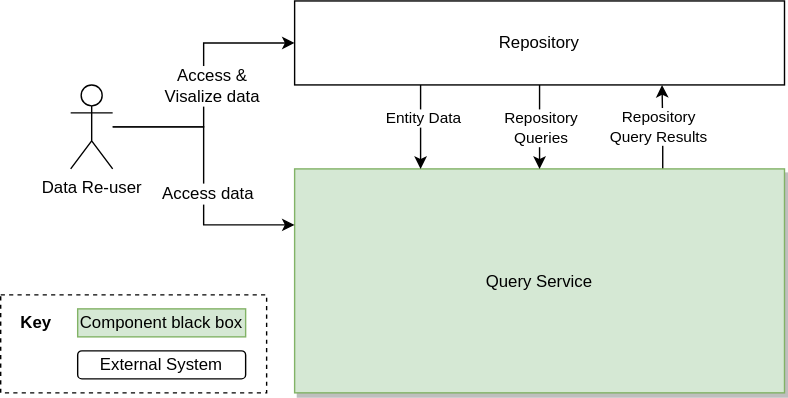
This is systems/Query/diagrams/03-business-context.drawio.svg from wmde/wikidata-wikibase-architecture, a draw.io export, as it was before one commit. Source tidied: cells renumbered, new cells last; positions are measured from the earlier drawing's top-left corner, leaving out a move shared by most shapes.
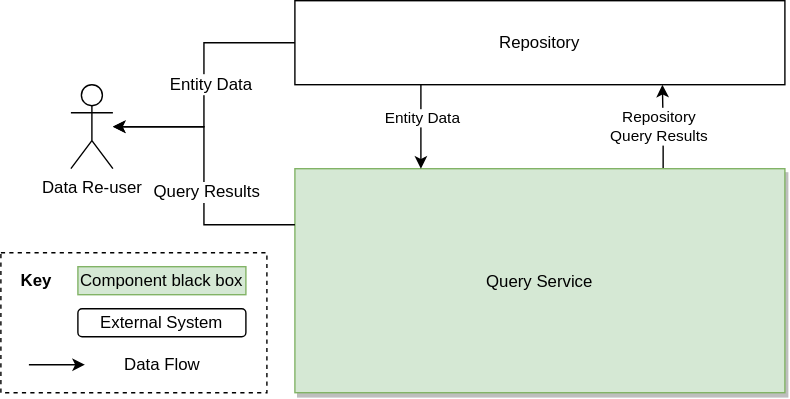
Above is the later version.

Commit message:
Fix all query arrow directions & add to key

Diff of the diagram source:
```diff
@@ -5,8 +5,8 @@
     <mxCell id="2" style="edgeStyle=orthogonalEdgeStyle;rounded=0;jettySize=auto;html=1;entryX=0.75;entryY=1;entryDx=0;entryDy=0;" parent="1" edge="1" source="4" target="13">
       <mxGeometry relative="1" as="geometry">
         <Array as="points">
-          <mxPoint x="473" y="90" />
-          <mxPoint x="473" y="90" />
+          <mxPoint x="473" y="120" />
+          <mxPoint x="473" y="120" />
         </Array>
       </mxGeometry>
     </mxCell>
@@ -16,10 +16,10 @@
       </mxGeometry>
     </mxCell>
     <mxCell id="4" value="Query Service" style="rounded=0;shadow=1;fontSize=12;strokeColor=#82b366;direction=west;fillColor=#d5e8d4;" parent="1" vertex="1">
-      <mxGeometry x="210" y="120" width="350" height="160" as="geometry" />
+      <mxGeometry x="210" y="150" width="350" height="160" as="geometry" />
     </mxCell>
     <mxCell id="5" style="rounded=0;whiteSpace=wrap;html=1;fillColor=none;dashed=1;" parent="1" vertex="1">
-      <mxGeometry y="210" width="190" height="70" as="geometry" />
+      <mxGeometry y="210" width="190" height="100" as="geometry" />
     </mxCell>
     <mxCell id="6" value="&lt;b&gt;Key&lt;/b&gt;" style="text;html=1;align=center;verticalAlign=middle;strokeColor=none;" parent="1" vertex="1">
       <mxGeometry x="5" y="220" width="40" height="20" as="geometry" />
@@ -32,40 +32,41 @@
     </mxCell>
     <mxCell id="9" style="edgeStyle=orthogonalEdgeStyle;rounded=0;orthogonalLoop=1;jettySize=auto;html=1;entryX=0.5;entryY=1;entryDx=0;entryDy=0;" parent="1" edge="1">
       <mxGeometry relative="1" as="geometry">
-        <mxPoint x="300" y="60" as="sourcePoint" />
-        <mxPoint x="300" y="120" as="targetPoint" />
+        <mxPoint x="300" y="90" as="sourcePoint" />
+        <mxPoint x="300" y="150" as="targetPoint" />
       </mxGeometry>
     </mxCell>
     <mxCell id="10" value="Entity Data" style="edgeLabel;html=1;align=center;verticalAlign=middle;" parent="9" vertex="1">
       <mxGeometry x="-0.22" y="1" relative="1" as="geometry" />
     </mxCell>
-    <mxCell id="11" style="edgeStyle=orthogonalEdgeStyle;rounded=0;jettySize=auto;html=1;entryX=0.5;entryY=1;entryDx=0;entryDy=0;" parent="1" edge="1" source="13" target="4">
-      <mxGeometry relative="1" as="geometry" />
-    </mxCell>
-    <mxCell id="12" value="Repository&lt;br&gt;Queries" style="edgeLabel;html=1;align=center;verticalAlign=middle;" parent="11" vertex="1">
-      <mxGeometry x="-0.28" y="1" relative="1" as="geometry">
-        <mxPoint x="-1" y="8" as="offset" />
-      </mxGeometry>
-    </mxCell>
     <mxCell id="13" value="Repository" style="rounded=0;whiteSpace=wrap;html=1;" parent="1" vertex="1">
-      <mxGeometry x="210" width="350" height="60" as="geometry" />
+      <mxGeometry x="210" y="30" width="350" height="60" as="geometry" />
     </mxCell>
-    <mxCell id="14" style="edgeStyle=orthogonalEdgeStyle;rounded=0;jettySize=auto;html=1;entryX=0;entryY=0.5;entryDx=0;entryDy=0;fontSize=12;" parent="1" edge="1" source="18" target="13">
+    <mxCell id="14" style="edgeStyle=orthogonalEdgeStyle;rounded=0;jettySize=auto;html=1;entryX=0;entryY=0.5;entryDx=0;entryDy=0;fontSize=12;startArrow=classic;startFill=1;endArrow=none;endFill=0;" parent="1" edge="1" source="18" target="13">
       <mxGeometry relative="1" as="geometry" />
     </mxCell>
-    <mxCell id="15" value="Access &amp;amp;&lt;br&gt;Visalize data" style="edgeLabel;html=1;align=center;verticalAlign=middle;fontSize=12;" parent="14" vertex="1">
+    <mxCell id="15" value="Entity Data" style="edgeLabel;html=1;align=center;verticalAlign=middle;fontSize=12;" parent="14" vertex="1">
       <mxGeometry x="0.15" y="-4" relative="1" as="geometry">
         <mxPoint x="1" y="14" as="offset" />
       </mxGeometry>
     </mxCell>
-    <mxCell id="16" style="edgeStyle=orthogonalEdgeStyle;rounded=0;jettySize=auto;html=1;entryX=1;entryY=0.75;entryDx=0;entryDy=0;fontSize=12;" parent="1" edge="1" source="18" target="4">
+    <mxCell id="16" style="edgeStyle=orthogonalEdgeStyle;rounded=0;jettySize=auto;html=1;entryX=1;entryY=0.75;entryDx=0;entryDy=0;fontSize=12;startArrow=classic;startFill=1;endArrow=none;endFill=0;" parent="1" edge="1" source="18" target="4">
       <mxGeometry relative="1" as="geometry" />
     </mxCell>
-    <mxCell id="17" value="Access data" style="edgeLabel;html=1;align=center;verticalAlign=middle;fontSize=12;" parent="16" vertex="1">
+    <mxCell id="17" value="Query Results" style="edgeLabel;html=1;align=center;verticalAlign=middle;fontSize=12;" parent="16" vertex="1">
       <mxGeometry x="0.12" y="2" relative="1" as="geometry" />
     </mxCell>
     <mxCell id="18" value="Data Re-user" style="shape=umlActor;verticalLabelPosition=bottom;verticalAlign=top;html=1;outlineConnect=0;" parent="1" vertex="1">
-      <mxGeometry x="50" y="60" width="30" height="60" as="geometry" />
+      <mxGeometry x="50" y="90" width="30" height="60" as="geometry" />
     </mxCell>
+    <mxCell id="19" style="endArrow=classic;html=1;" parent="1" edge="1">
+      <mxGeometry relative="1" as="geometry">
+        <mxPoint x="20" y="290" as="sourcePoint" />
+        <mxPoint x="60" y="290" as="targetPoint" />
+      </mxGeometry>
+    </mxCell>
+    <mxCell id="20" value="Data Flow" style="text;html=1;align=center;verticalAlign=middle;strokeColor=none;" parent="1" vertex="1">
+      <mxGeometry x="80" y="280" width="70" height="20" as="geometry" />
+    </mxCell>
   </root>
 </mxGraphModel>
```
